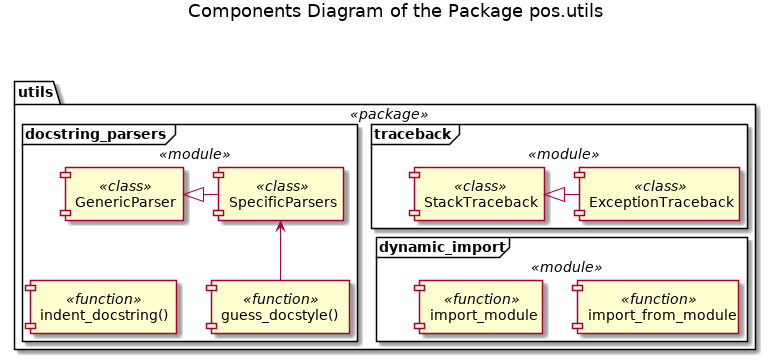
This is Docs/UML/utils/utils Components.png from FooBarShebang/pos, a PlantUML export, as it was before one commit.
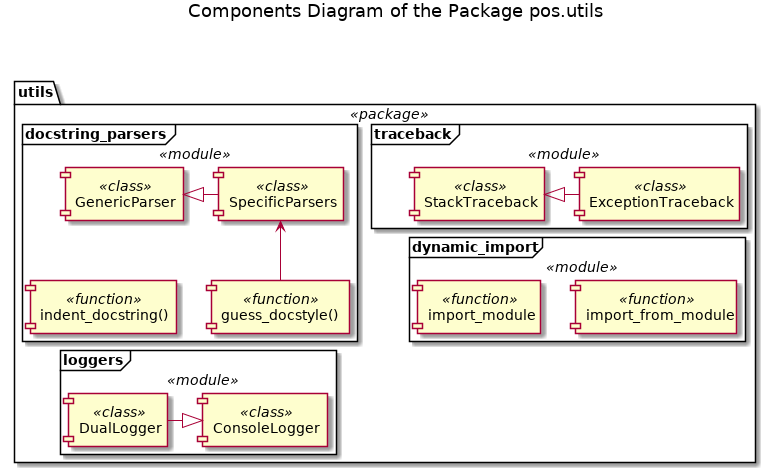
Above is the later version.

The edit, as a diff of the source:
```diff
@@ -55,9 +55,27 @@
         GenericParser -[hidden]- ids
     }
 
-    traceback -[hidden]- dynamic_import
+    SpecificParsers -[hidden] StackTraceback
+
+    gds -[hidden] import_module
+
+    StackTraceback -[hidden]- import_module
+
+    ExceptionTraceback -[hidden]- import_from_module
 
     docstring_parsers -[hidden] traceback
+
+    frame "loggers" <<module>> {
+        component "DualLogger" <<class>>
+
+        component "ConsoleLogger" <<class>>
+
+        DualLogger -|> ConsoleLogger
+    }
+
+    ids -[hidden]- DualLogger
+
+    gds -[hidden]- ConsoleLogger
 }
 
 @enduml
```
